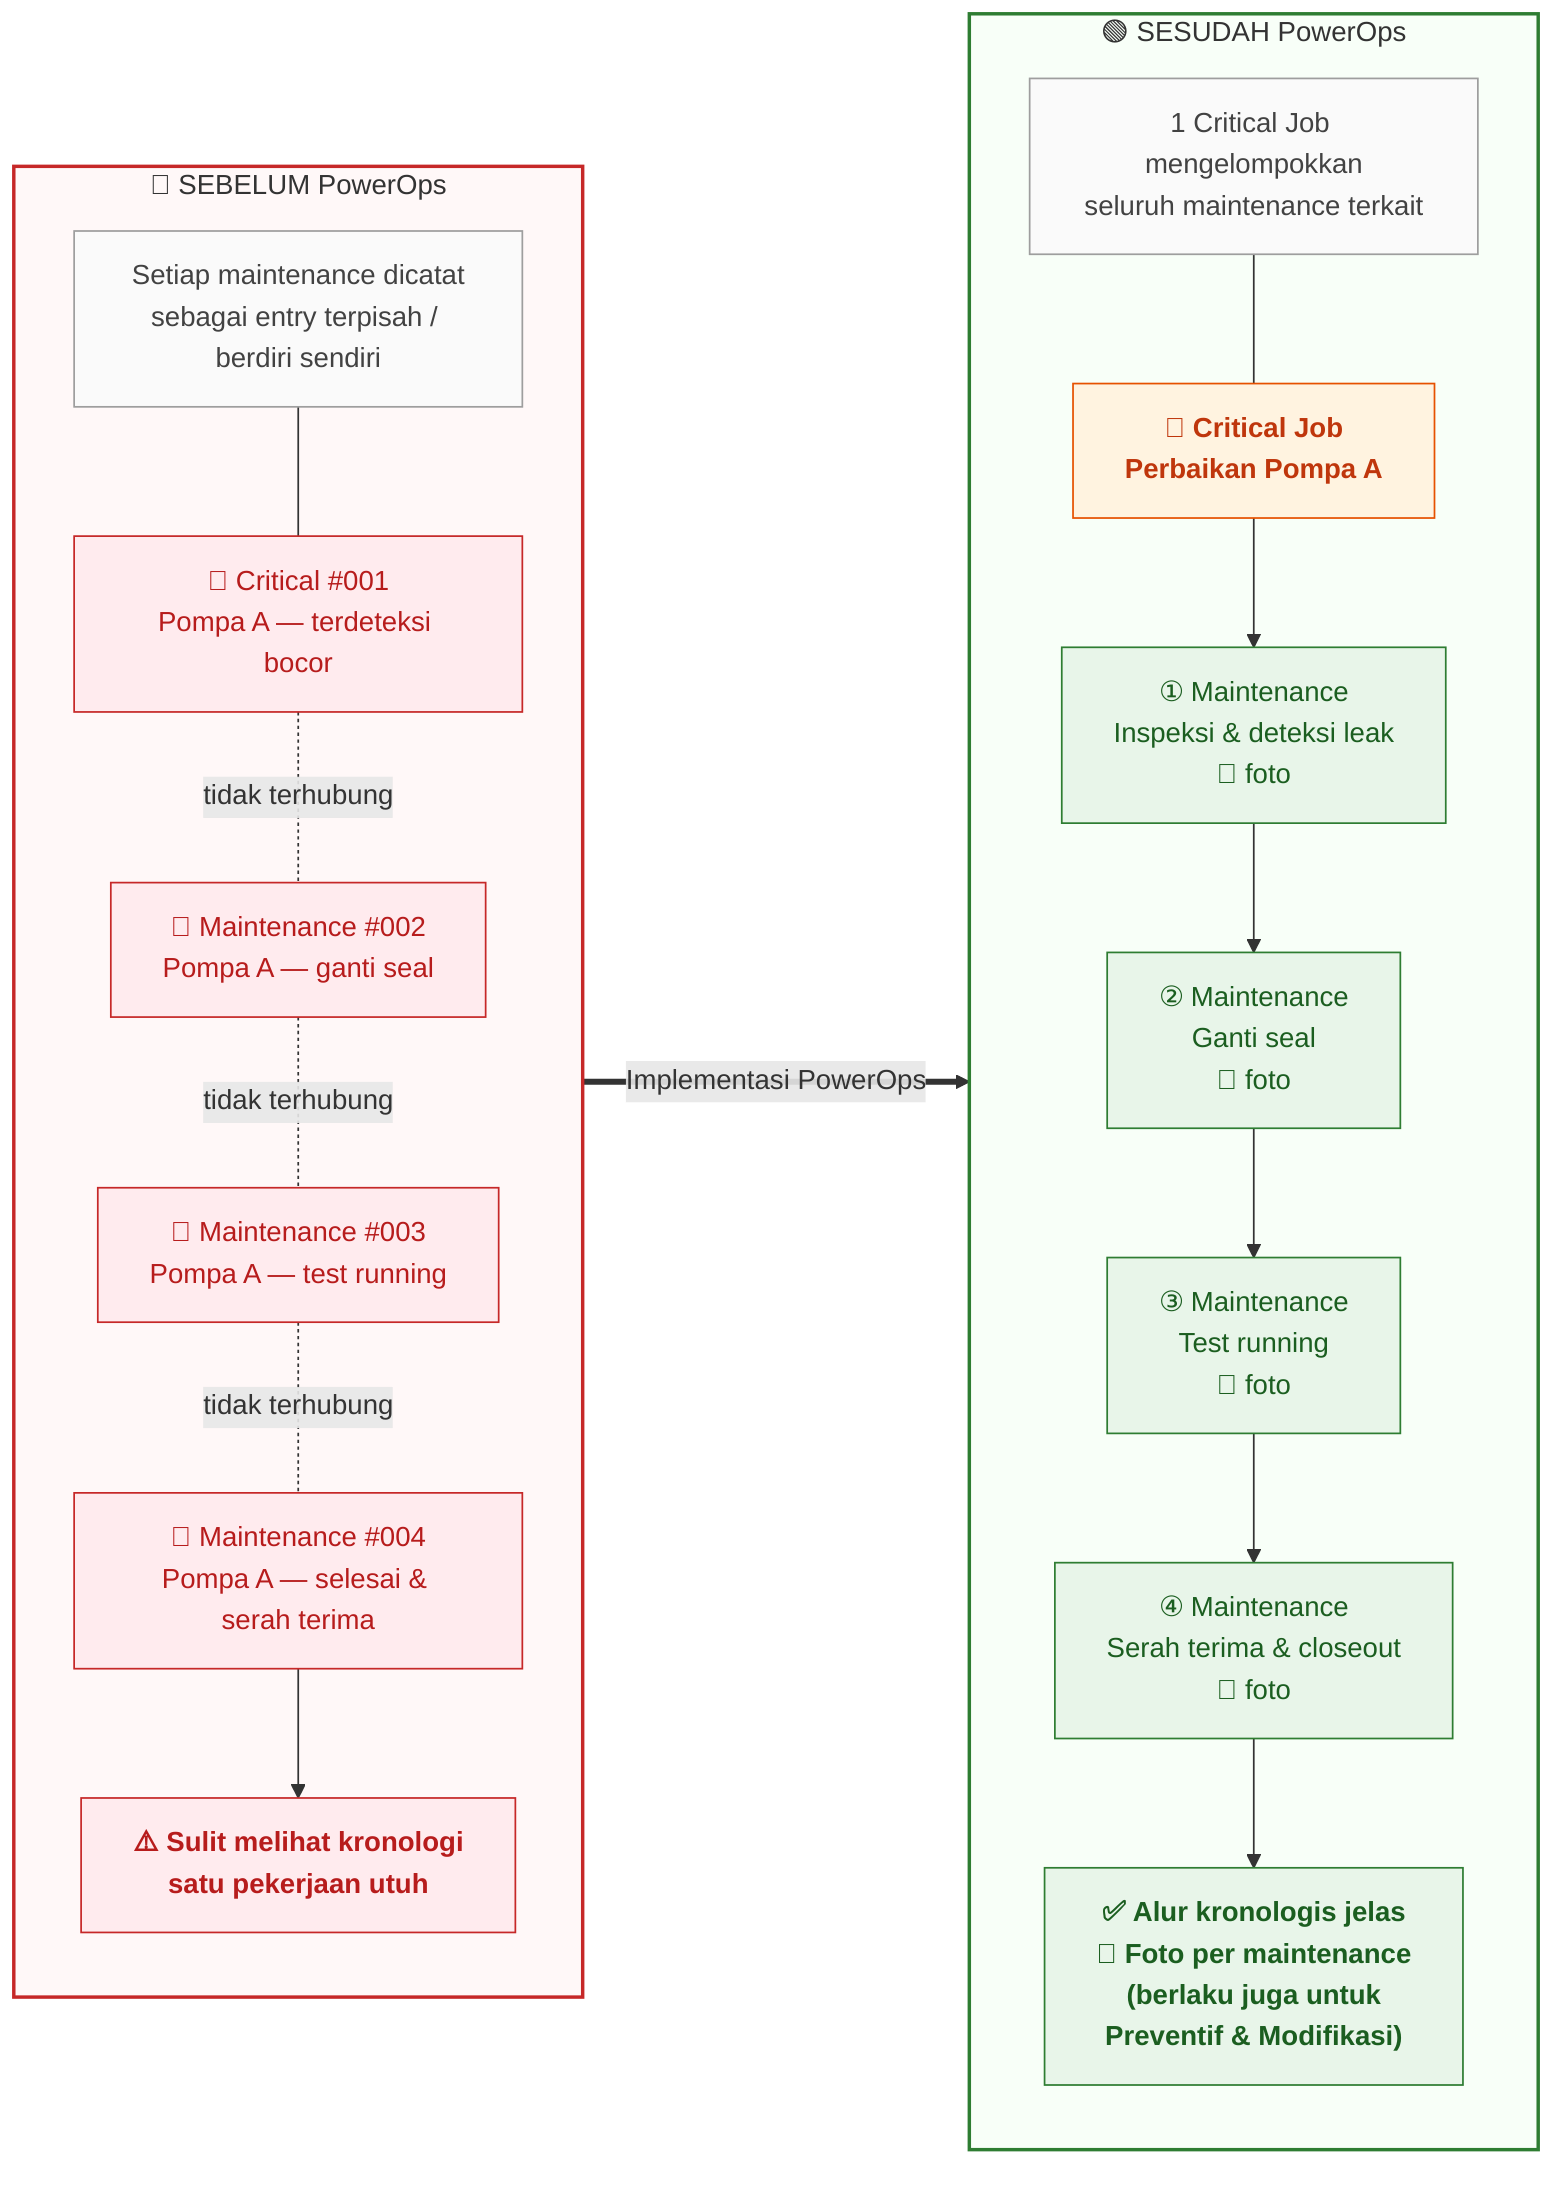
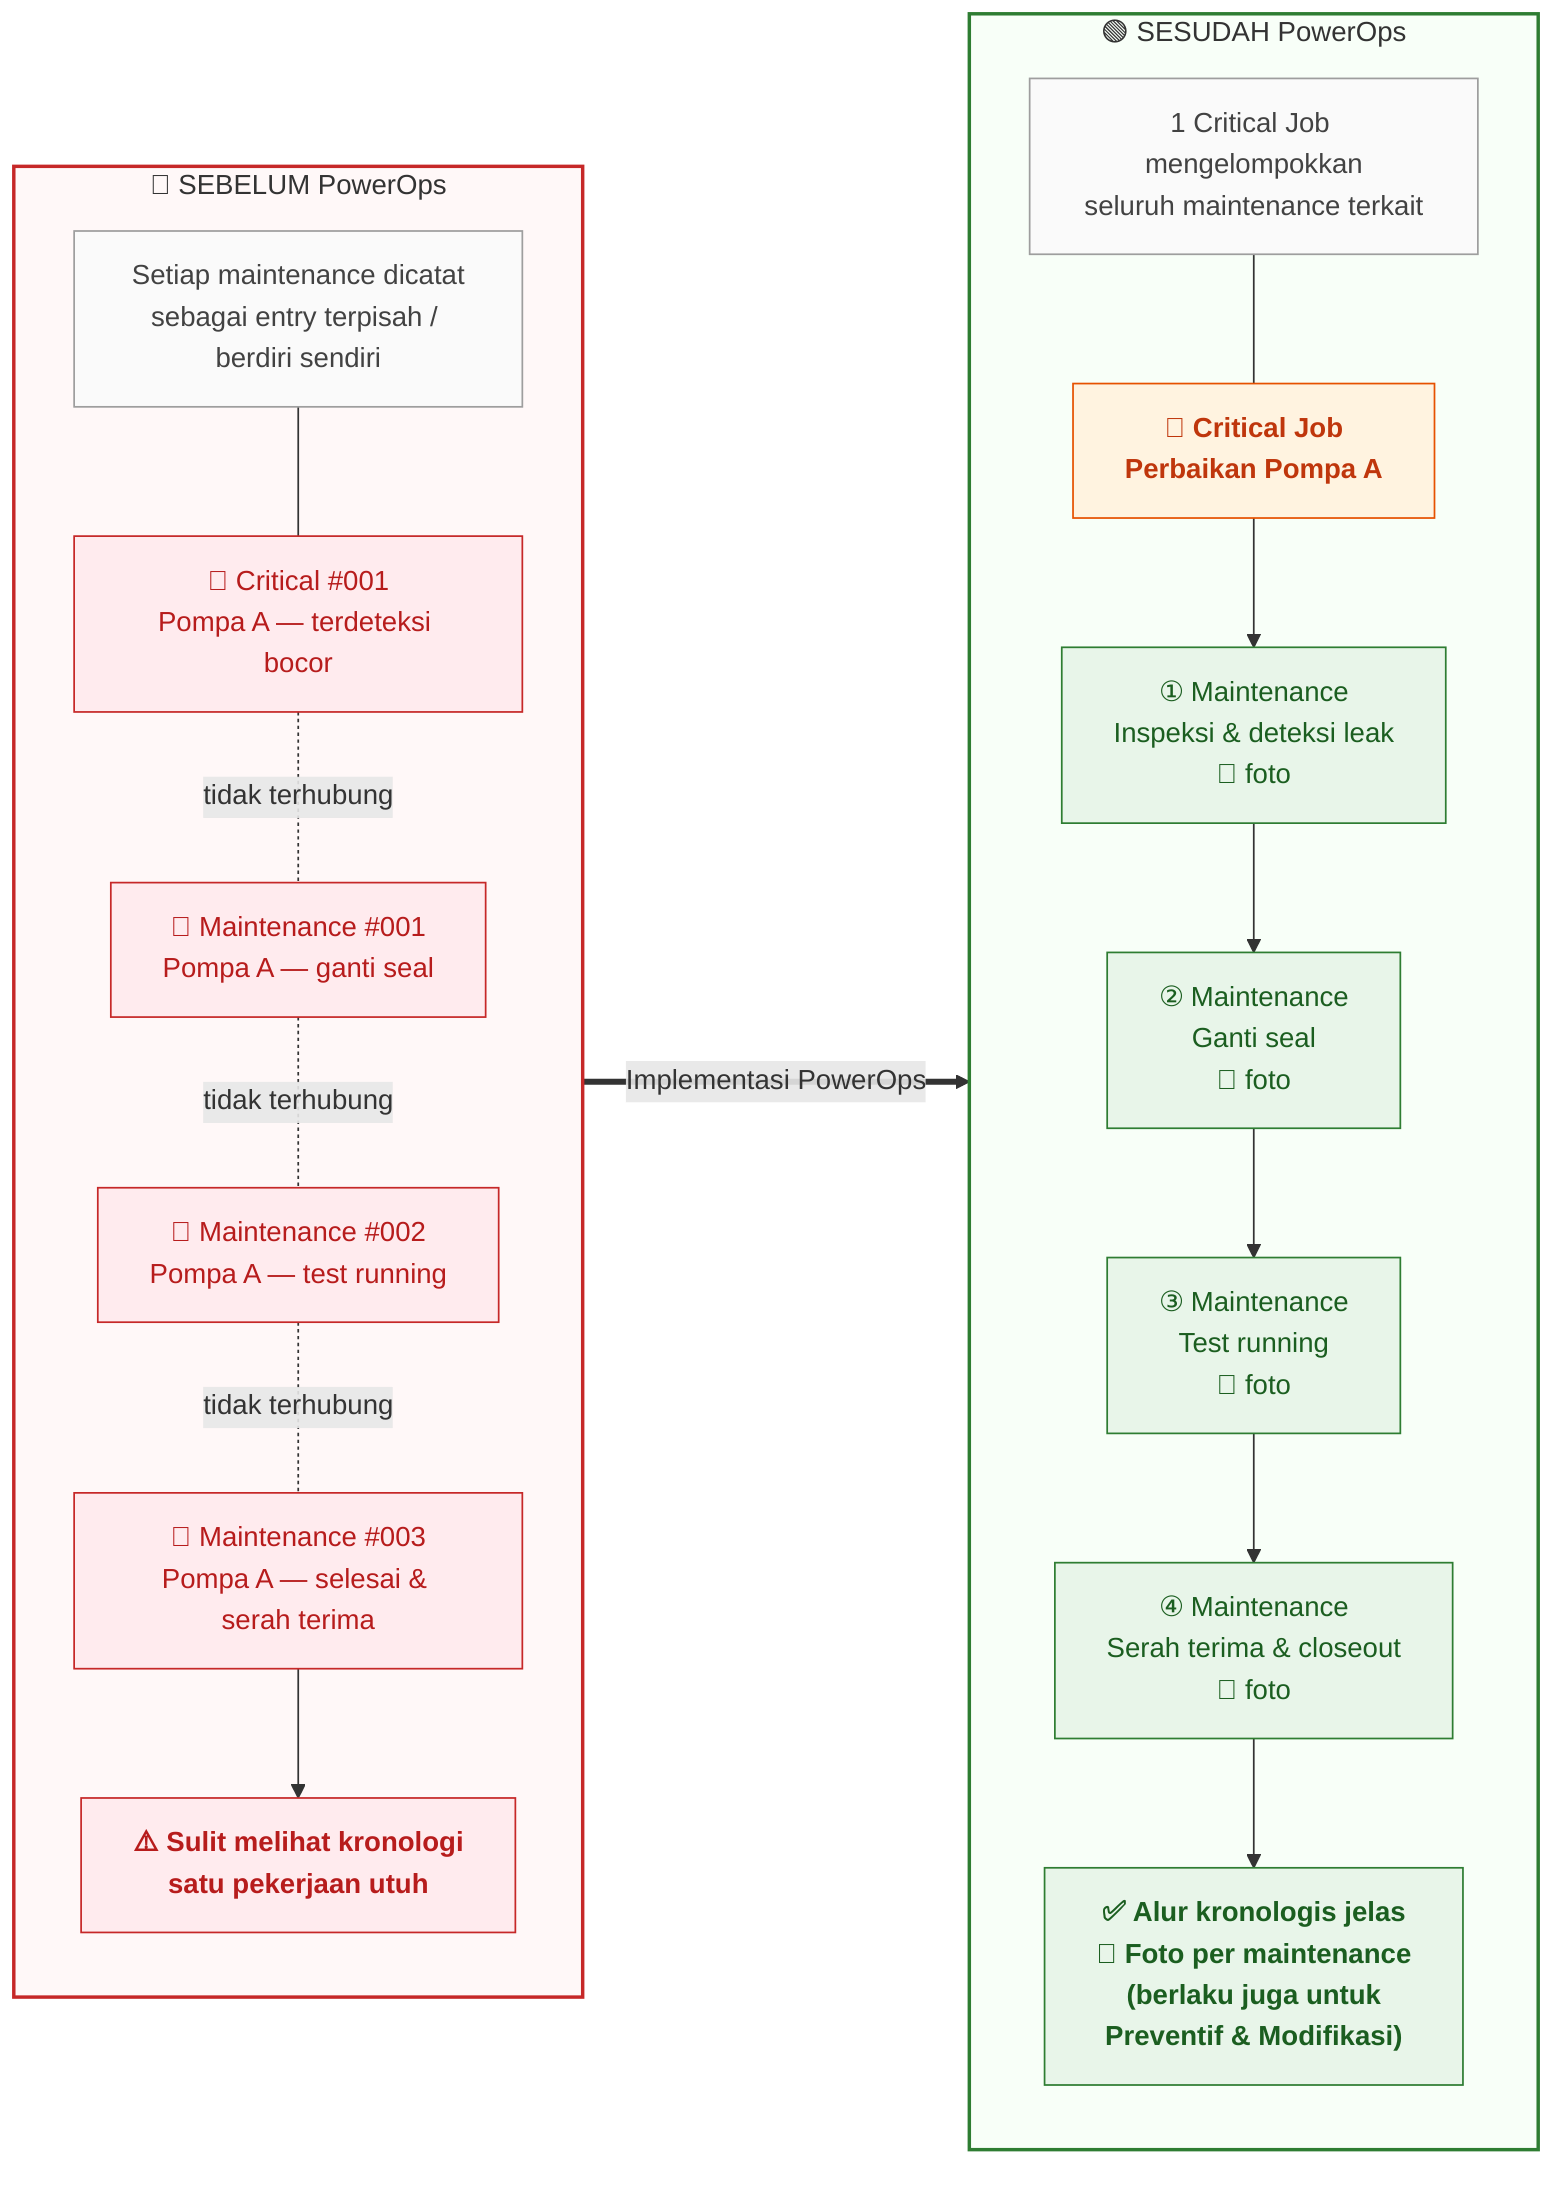
flowchart LR

%% ============== SEBELUM ==============
subgraph BEFORE["🔴 SEBELUM PowerOps"]
    direction TB
    NOTEB["Setiap maintenance dicatat<br/>sebagai entry terpisah / berdiri sendiri"]

    C1["📍 Critical #001<br/>Pompa A — terdeteksi bocor"]
-     C2["📍 Maintenance #002<br/>Pompa A — ganti seal"]
-     C3["📍 Maintenance #003<br/>Pompa A — test running"]
-     C4["📍 Maintenance #004<br/>Pompa A — selesai &amp; serah terima"]
+     C2["📍 Maintenance #001<br/>Pompa A — ganti seal"]
+     C3["📍 Maintenance #002<br/>Pompa A — test running"]
+     C4["📍 Maintenance #003<br/>Pompa A — selesai &amp; serah terima"]

    NOTEB --- C1
    C1 -.-|"tidak terhubung"| C2
    C2 -.-|"tidak terhubung"| C3
    C3 -.-|"tidak terhubung"| C4

    ISS["⚠️ Sulit melihat kronologi<br/>satu pekerjaan utuh"]
    C4 --> ISS
end

%% ============== SESUDAH ==============
subgraph AFTER["🟢 SESUDAH PowerOps"]
    direction TB
    NOTEA["1 Critical Job mengelompokkan<br/>seluruh maintenance terkait"]

    CJ["🔧 Critical Job<br/>Perbaikan Pompa A"]

    M1["① Maintenance<br/>Inspeksi &amp; deteksi leak<br/>📸 foto"]
    M2["② Maintenance<br/>Ganti seal<br/>📸 foto"]
    M3["③ Maintenance<br/>Test running<br/>📸 foto"]
    M4["④ Maintenance<br/>Serah terima &amp; closeout<br/>📸 foto"]

    NOTEA --- CJ
    CJ --> M1 --> M2 --> M3 --> M4

    BEN["✅ Alur kronologis jelas<br/>📸 Foto per maintenance<br/>(berlaku juga untuk<br/>Preventif &amp; Modifikasi)"]
    M4 --> BEN
end

BEFORE ==>|"Implementasi PowerOps"| AFTER

%% ============== STYLING ==============
classDef criticalNode fill:#FFEBEE,stroke:#C62828,color:#B71C1C;
classDef maintNode fill:#E8F5E9,stroke:#2E7D32,color:#1B5E20;
classDef parentNode fill:#FFF3E0,stroke:#E65100,color:#BF360C,font-weight:bold;
classDef noteNode fill:#FAFAFA,stroke:#9E9E9E,color:#424242;
classDef warnNode fill:#FFEBEE,stroke:#C62828,color:#B71C1C,font-weight:bold;
classDef benefitNode fill:#E8F5E9,stroke:#2E7D32,color:#1B5E20,font-weight:bold;

class C1,C2,C3,C4 criticalNode;
class M1,M2,M3,M4 maintNode;
class CJ parentNode;
class NOTEB,NOTEA noteNode;
class ISS warnNode;
class BEN benefitNode;

style BEFORE fill:#FFF8F8,stroke:#C62828,stroke-width:2px;
style AFTER fill:#F8FFF8,stroke:#2E7D32,stroke-width:2px;
